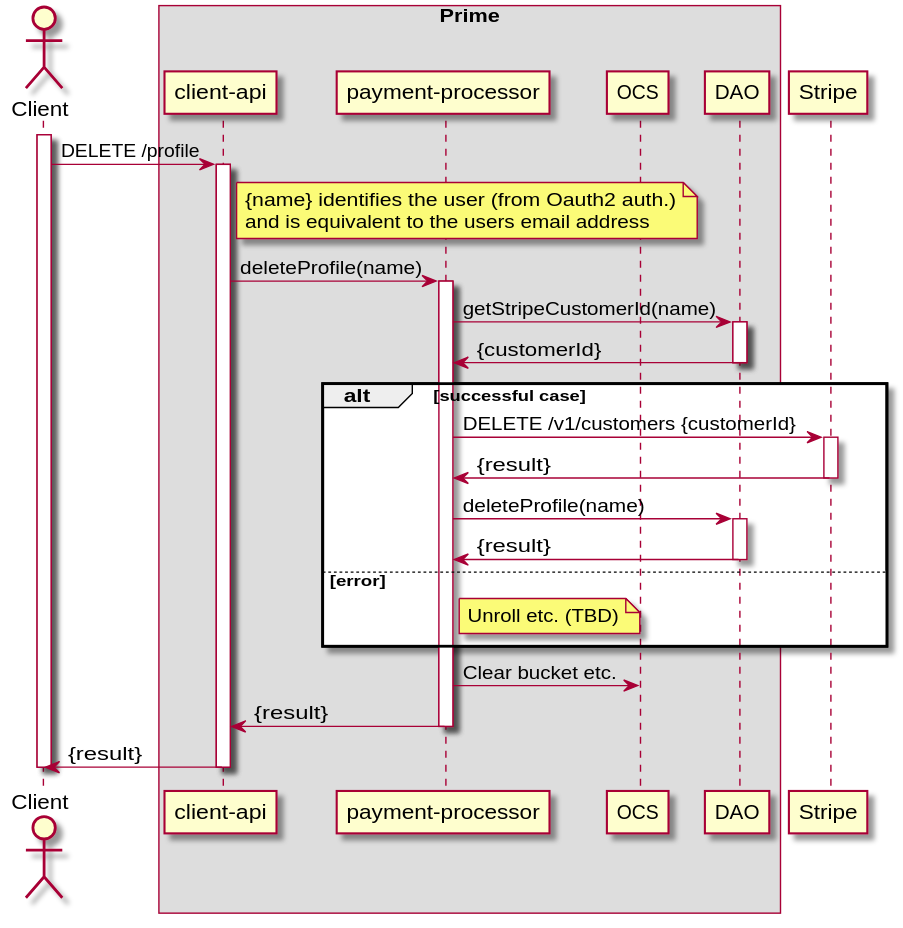
This is payment-processor/doc/diagrams/delete-subscription.svg from ostelco/ostelco-core, a PlantUML export, as it was before one commit.
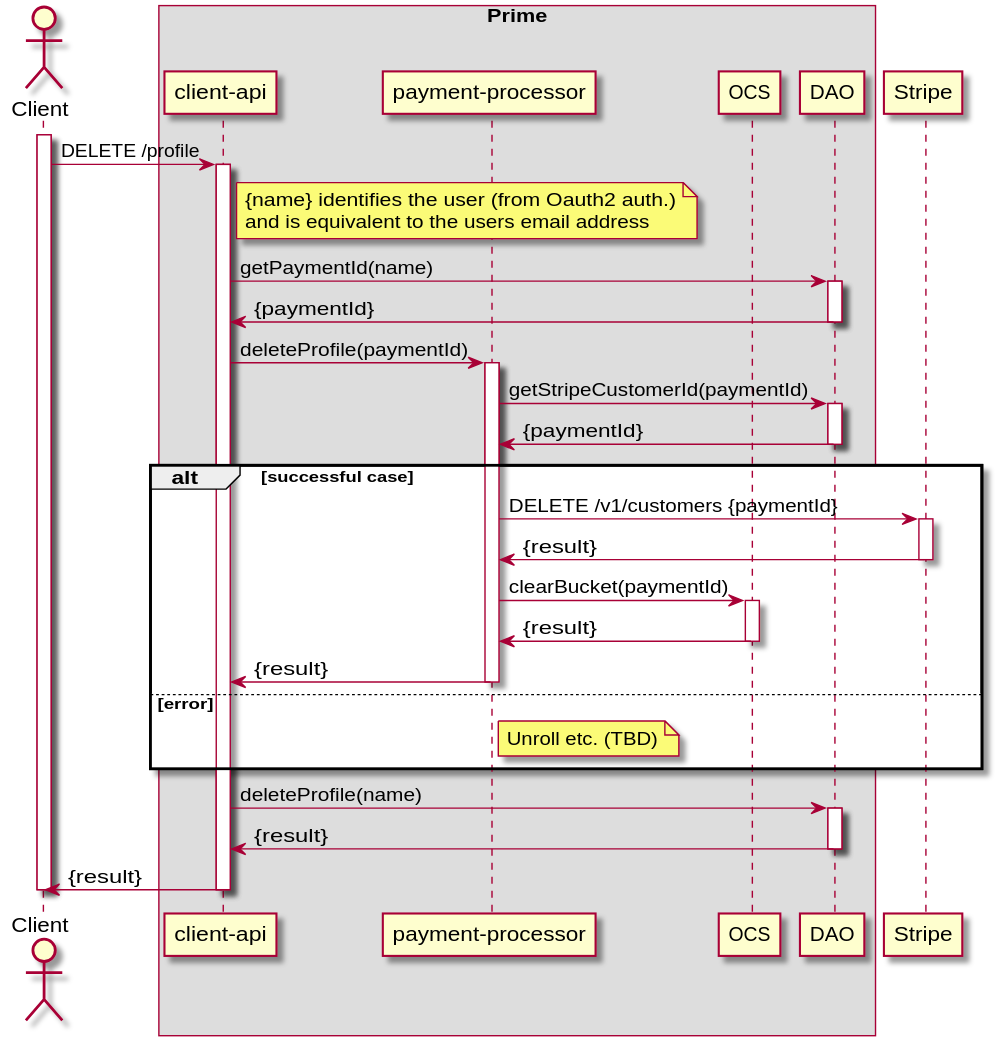
The same diagram one commit later.

The edit, as a diff of the source:
```diff
@@ -20,34 +20,42 @@
        and is equivalent to the users email address
     end note
 
-    "client-api" -> "payment-processor" : deleteProfile(name)
+    "client-api" -> DAO : getPaymentId(name)
+    activate DAO
+    DAO -> "client-api" : {paymentId}
+    deactivate DAO
+
+    "client-api" -> "payment-processor" : deleteProfile(paymentId)
     activate "payment-processor"
 
-    "payment-processor" -> DAO : getStripeCustomerId(name)
+    "payment-processor" -> DAO : getStripeCustomerId(paymentId)
     activate DAO
-    DAO -> "payment-processor" : {customerId}
+    DAO -> "payment-processor" : {paymentId}
     deactivate DAO
 
     alt successful case
-       "payment-processor" -> Stripe : DELETE /v1/customers {customerId}
+       "payment-processor" -> Stripe : DELETE /v1/customers {paymentId}
        activate Stripe
        "Stripe" -> "payment-processor" : {result}
        deactivate Stripe
 
-       "payment-processor" -> DAO : deleteProfile(name)
-       activate DAO
-       DAO -> "payment-processor" : {result}
-       deactivate DAO
+        "payment-processor" -> OCS : clearBucket(paymentId)
+        activate OCS
+        OCS -> "payment-processor" : {result}
+        deactivate OCS
+
+       "payment-processor" -> "client-api" : {result}
+       deactivate "payment-processor"
 
     else error
        note right of "payment-processor" : Unroll etc. (TBD)
 
     end
 
-    "payment-processor" -> OCS : Clear bucket etc.
-
-    "payment-processor" -> "client-api" : {result}
-    deactivate "payment-processor"
+    "client-api" -> DAO : deleteProfile(name)
+    activate DAO
+    DAO -> "client-api" : {result}
+    deactivate DAO
 
     "client-api" -> Client : {result}
     deactivate "client-api"
```
